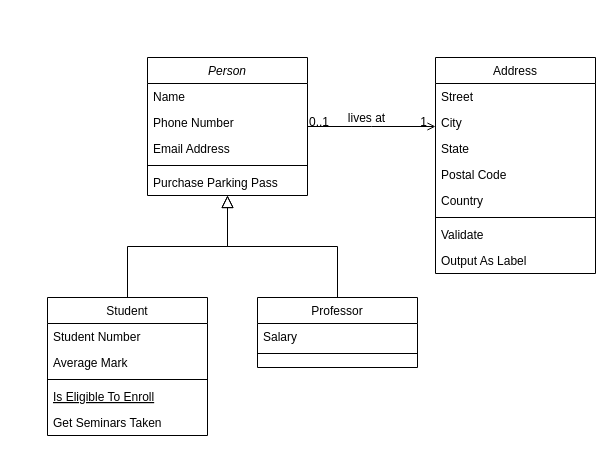
Before: documents/erd.drawio in coocon-ventus/admin-backend, a draw.io diagram. Source tidied: cells renumbered, new cells numbered last; positions are measured from the earlier drawing's top-left corner, leaving out a move shared by most shapes. Both pictures are drawn from the tidied source at 100%, with x=0, y=0 at pixel (47, 57).
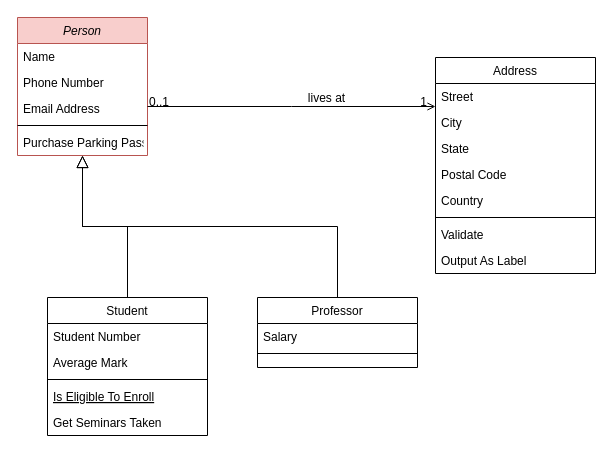
The same diagram, later.

The edit, as a diff of the source:
```diff
@@
-    <mxCell id="2" value="Person" style="swimlane;fontStyle=2;align=center;verticalAlign=top;horizontal=1;startSize=26;rounded=0;shadow=0;strokeWidth=1;" parent="1" vertex="1">
-      <mxGeometry x="100" width="160" height="138" as="geometry" />
+    <mxCell id="2" value="Person" style="swimlane;fontStyle=2;align=center;verticalAlign=top;horizontal=1;startSize=26;rounded=0;shadow=0;strokeWidth=1;fillColor=#f8cecc;strokeColor=#b85450;" parent="1" vertex="1">
+      <mxGeometry x="-30" y="-40" width="130" height="138" as="geometry" />
     </mxCell>
     <mxCell id="3" value="Name" style="text;align=left;verticalAlign=top;spacingLeft=4;spacingRight=4;overflow=hidden;" parent="2" vertex="1">
-      <mxGeometry y="26" width="160" height="26" as="geometry" />
+      <mxGeometry y="26" width="130" height="26" as="geometry" />
     </mxCell>
     <mxCell id="4" value="Phone Number" style="text;align=left;verticalAlign=top;spacingLeft=4;spacingRight=4;overflow=hidden;rounded=0;shadow=0;html=0;" parent="2" vertex="1">
-      <mxGeometry y="52" width="160" height="26" as="geometry" />
+      <mxGeometry y="52" width="130" height="26" as="geometry" />
     </mxCell>
     <mxCell id="5" value="Email Address" style="text;align=left;verticalAlign=top;spacingLeft=4;spacingRight=4;overflow=hidden;rounded=0;shadow=0;html=0;" parent="2" vertex="1">
-      <mxGeometry y="78" width="160" height="26" as="geometry" />
+      <mxGeometry y="78" width="130" height="26" as="geometry" />
     </mxCell>
     <mxCell id="6" style="line;html=1;strokeWidth=1;align=left;verticalAlign=middle;spacingTop=-1;spacingLeft=3;spacingRight=3;labelPosition=right;" parent="2" vertex="1">
-      <mxGeometry y="104" width="160" height="8" as="geometry" />
+      <mxGeometry y="104" width="130" height="8" as="geometry" />
     </mxCell>
     <mxCell id="7" value="Purchase Parking Pass" style="text;align=left;verticalAlign=top;spacingLeft=4;spacingRight=4;overflow=hidden;" parent="2" vertex="1">
-      <mxGeometry y="112" width="160" height="26" as="geometry" />
+      <mxGeometry y="112" width="130" height="26" as="geometry" />
     </mxCell>
```
